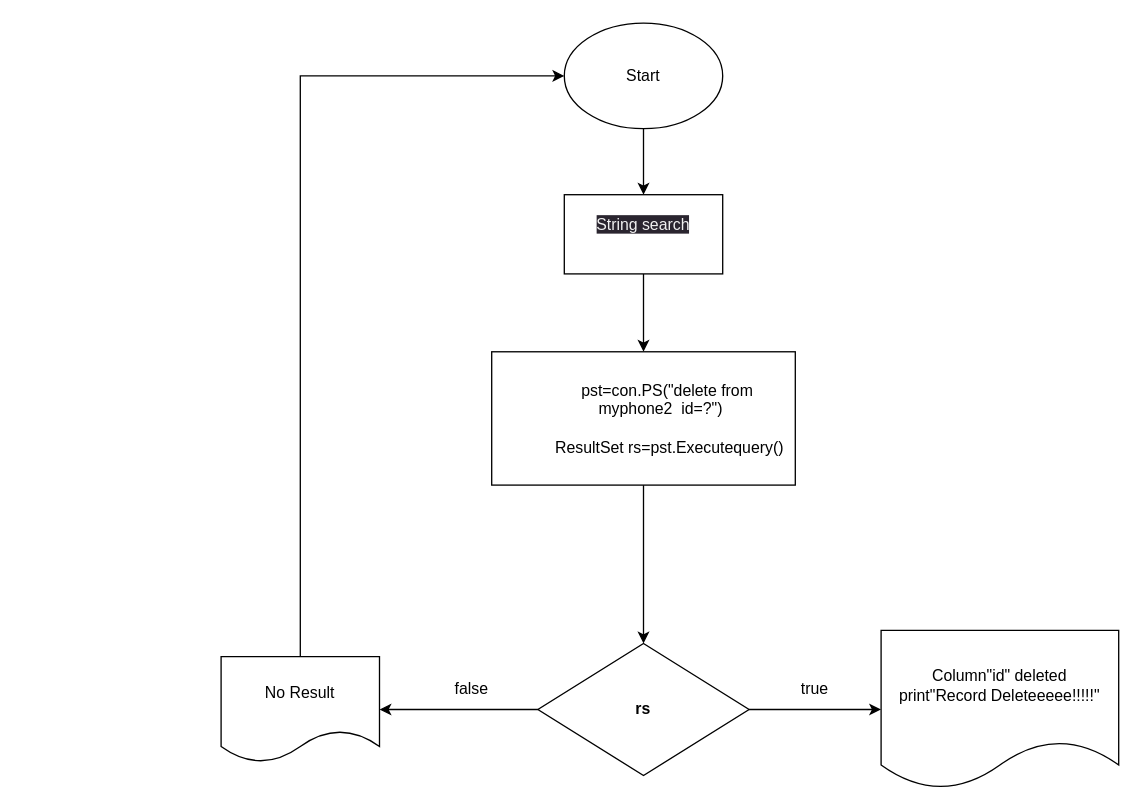
The draw.io diagram delete.drawio in khanh8603/khanh8603, before the edit. Source tidied: cells renumbered, new cells numbered last; positions are measured from the earlier drawing's top-left corner, leaving out a move shared by most shapes. Both pictures are drawn from the tidied source at 132%, with x=0, y=0 at pixel (220, 22).
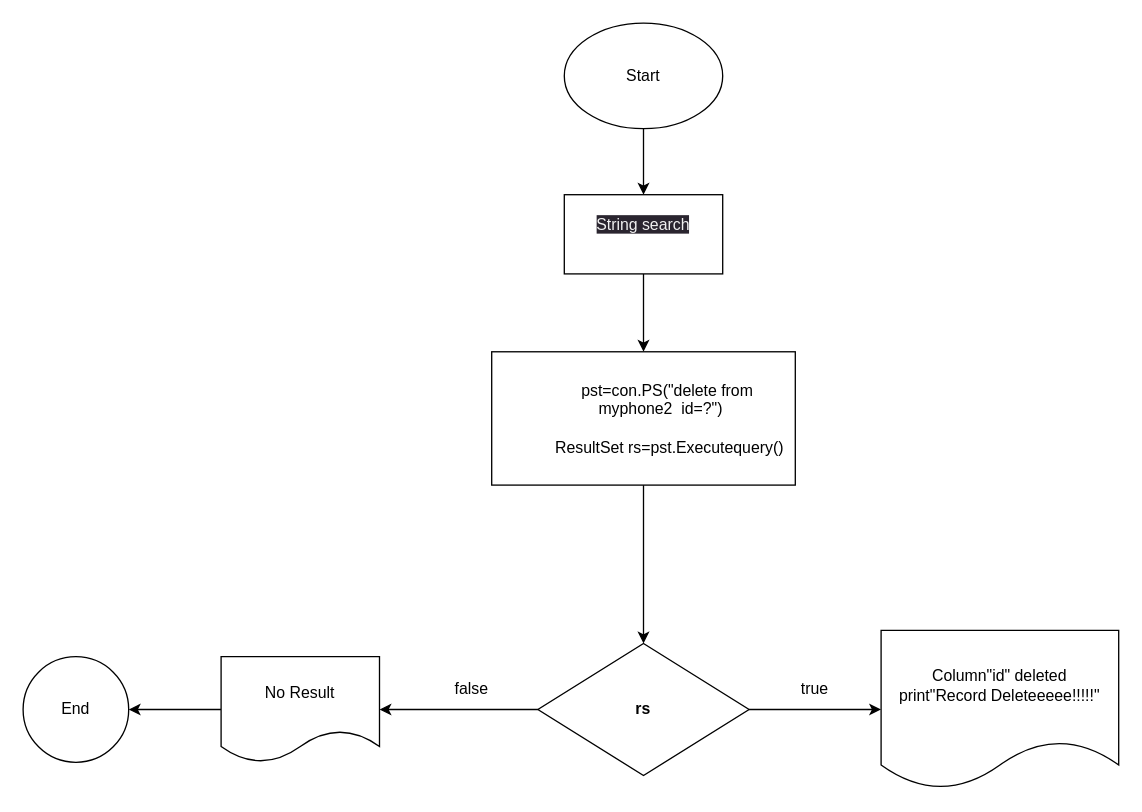
After the change.

Commit message:
Cập nhật delete.drawio

What changed in the source:
```diff
@@
 <mxGraphModel>
   <root>
     <mxCell id="0" />
     <mxCell id="1" parent="0" />
     <mxCell id="2" style="edgeStyle=orthogonalEdgeStyle;rounded=0;jettySize=auto;html=1;entryX=0.5;entryY=0;entryDx=0;entryDy=0;" parent="1" edge="1" source="3" target="15">
       <mxGeometry relative="1" as="geometry" />
     </mxCell>
     <mxCell id="3" value="Start" style="ellipse;whiteSpace=wrap;html=1;" parent="1" vertex="1">
       <mxGeometry x="260" width="120" height="80" as="geometry" />
     </mxCell>
     <mxCell id="4" style="edgeStyle=orthogonalEdgeStyle;rounded=0;jettySize=auto;html=1;exitX=0.5;exitY=1;exitDx=0;exitDy=0;" parent="1" edge="1" source="15" target="6">
       <mxGeometry relative="1" as="geometry" />
     </mxCell>
     <mxCell id="5" style="edgeStyle=orthogonalEdgeStyle;rounded=0;jettySize=auto;html=1;" parent="1" edge="1" source="6" target="9">
       <mxGeometry relative="1" as="geometry" />
     </mxCell>
     <mxCell id="6" value="&lt;span style=&quot;text-align: left;&quot;&gt;&amp;nbsp; &amp;nbsp; &amp;nbsp; &amp;nbsp; &amp;nbsp; &amp;nbsp;pst=con.PS(&quot;delete from&lt;/span&gt;&lt;br style=&quot;text-align: left;&quot;&gt;&lt;span style=&quot;text-align: left;&quot;&gt;&amp;nbsp; &amp;nbsp; &amp;nbsp; &amp;nbsp; myphone2&amp;nbsp; id=?&quot;)&lt;/span&gt;&lt;br style=&quot;text-align: left;&quot;&gt;&lt;span style=&quot;text-align: left;&quot;&gt;&amp;nbsp; &amp;nbsp; &amp;nbsp; &amp;nbsp; &amp;nbsp;&amp;nbsp;&lt;/span&gt;&lt;br style=&quot;text-align: left;&quot;&gt;&lt;span style=&quot;text-align: left;&quot;&gt;&amp;nbsp; &amp;nbsp; &amp;nbsp; &amp;nbsp; &amp;nbsp; &amp;nbsp; ResultSet rs=pst.Executequery()&lt;/span&gt;" style="rounded=0;whiteSpace=wrap;html=1;" parent="1" vertex="1">
       <mxGeometry x="205" y="249" width="230" height="101" as="geometry" />
     </mxCell>
     <mxCell id="7" style="edgeStyle=orthogonalEdgeStyle;rounded=0;jettySize=auto;html=1;" parent="1" edge="1" source="9" target="11">
       <mxGeometry relative="1" as="geometry" />
     </mxCell>
     <mxCell id="8" style="edgeStyle=orthogonalEdgeStyle;rounded=0;jettySize=auto;html=1;" parent="1" edge="1" source="9" target="10">
       <mxGeometry relative="1" as="geometry" />
     </mxCell>
     <mxCell id="9" value="&lt;b&gt;rs&lt;/b&gt;" style="rhombus;whiteSpace=wrap;html=1;" parent="1" vertex="1">
       <mxGeometry x="240" y="470" width="160" height="100" as="geometry" />
     </mxCell>
     <mxCell id="10" value="Column&quot;id&quot; deleted&lt;br&gt;print&quot;Record Deleteeeee!!!!!&quot;" style="shape=document;whiteSpace=wrap;html=1;boundedLbl=1;" parent="1" vertex="1">
       <mxGeometry x="500" y="460" width="180" height="120" as="geometry" />
     </mxCell>
+    <mxCell id="16" style="edgeStyle=orthogonalEdgeStyle;rounded=0;jettySize=auto;html=1;entryX=1;entryY=0.5;entryDx=0;entryDy=0;exitX=0;exitY=0.5;exitDx=0;exitDy=0;" parent="1" edge="1" source="11" target="17">
+      <mxGeometry relative="1" as="geometry" />
+    </mxCell>
     <mxCell id="11" value="No Result" style="shape=document;whiteSpace=wrap;html=1;boundedLbl=1;" parent="1" vertex="1">
       <mxGeometry y="480" width="120" height="80" as="geometry" />
     </mxCell>
     <mxCell id="12" value="true" style="text;html=1;strokeColor=none;fillColor=none;align=center;verticalAlign=middle;whiteSpace=wrap;rounded=0;" parent="1" vertex="1">
       <mxGeometry x="420" y="490" width="60" height="30" as="geometry" />
     </mxCell>
     <mxCell id="13" value="false" style="text;html=1;strokeColor=none;fillColor=none;align=center;verticalAlign=middle;whiteSpace=wrap;rounded=0;" parent="1" vertex="1">
       <mxGeometry x="160" y="490" width="60" height="30" as="geometry" />
     </mxCell>
-    <mxCell id="14" style="endArrow=classic;html=1;rounded=0;exitX=0.5;exitY=0;exitDx=0;exitDy=0;entryX=0;entryY=0.5;entryDx=0;entryDy=0;" parent="1" edge="1" source="11" target="3">
-      <mxGeometry relative="1" as="geometry">
-        <Array as="points">
-          <mxPoint x="60" y="40" />
-        </Array>
-      </mxGeometry>
-    </mxCell>
     <mxCell id="15" value="&#10;&lt;span style=&quot;color: rgb(240, 240, 240); font-family: Helvetica; font-size: 12px; font-style: normal; font-variant-ligatures: normal; font-variant-caps: normal; font-weight: 400; letter-spacing: normal; orphans: 2; text-align: center; text-indent: 0px; text-transform: none; widows: 2; word-spacing: 0px; -webkit-text-stroke-width: 0px; background-color: rgb(42, 37, 47); text-decoration-thickness: initial; text-decoration-style: initial; text-decoration-color: initial; float: none; display: inline !important;&quot;&gt;String search&lt;/span&gt;&#10;&#10;" style="rounded=0;whiteSpace=wrap;html=1;" parent="1" vertex="1">
       <mxGeometry x="260" y="130" width="120" height="60" as="geometry" />
     </mxCell>
+    <mxCell id="17" value="End" style="ellipse;whiteSpace=wrap;html=1;" parent="1" vertex="1">
+      <mxGeometry x="-150" y="480" width="80" height="80" as="geometry" />
+    </mxCell>
   </root>
 </mxGraphModel>
```
